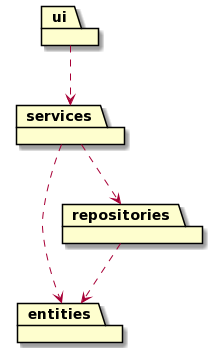
Above: documentation/pictures/architecture_package.png in katriryt/ot-harjoitustyo (PlantUML), before the change. The source it was exported from:
```plantuml
@startuml
package ui
package services

ui -[dashed]-> services

package entities
services -[dashed]-> entities

package repositories
services -[dashed]-> repositories
repositories -[dashed]-> entities
@enduml
```
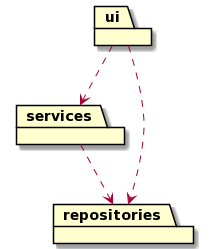
After the commit.

Diff of the diagram source:
```diff
@@ -4,10 +4,7 @@
 
 ui -[dashed]-> services
 
-package entities
-services -[dashed]-> entities
-
 package repositories
+ui -[dashed]-> repositories
 services -[dashed]-> repositories
-repositories -[dashed]-> entities
 @enduml
```
